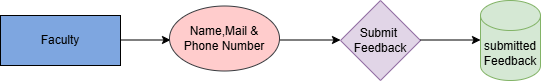
Earlier version of the draw.io export faculty.png (miniprojectb5/batch5). Source tidied: cells renumbered, new cells last; positions are measured from the earlier drawing's top-left corner, leaving out a move shared by most shapes. The source it was exported from:
```xml
<mxGraphModel>
  <root>
    <mxCell id="0" />
    <mxCell id="1" parent="0" />
    <mxCell id="2" value="Faculty" style="rounded=0;whiteSpace=wrap;html=1;fillColor=#7EA6E0;" parent="1" vertex="1">
      <mxGeometry y="15" width="120" height="50" as="geometry" />
    </mxCell>
    <mxCell id="3" style="endArrow=classic;html=1;rounded=0;" parent="1" edge="1">
      <mxGeometry relative="1" as="geometry">
        <mxPoint x="120" y="39.5" as="sourcePoint" />
        <mxPoint x="170" y="39.5" as="targetPoint" />
      </mxGeometry>
    </mxCell>
    <mxCell id="4" value="Name,Mail &amp;amp;&lt;div&gt;Phone Number&lt;/div&gt;" style="ellipse;whiteSpace=wrap;html=1;fillColor=#ffcccc;strokeColor=#36393d;" parent="1" vertex="1">
      <mxGeometry x="169" y="5.5" width="110" height="65" as="geometry" />
    </mxCell>
    <mxCell id="5" style="endArrow=classic;html=1;rounded=0;" parent="1" edge="1">
      <mxGeometry relative="1" as="geometry">
        <mxPoint x="280" y="39.5" as="sourcePoint" />
        <mxPoint x="340" y="39.5" as="targetPoint" />
      </mxGeometry>
    </mxCell>
    <mxCell id="6" value="Submit&amp;nbsp;&lt;div&gt;Feedback&lt;/div&gt;" style="rhombus;whiteSpace=wrap;html=1;fillColor=#e1d5e7;strokeColor=#9673a6;" parent="1" vertex="1">
      <mxGeometry x="340" width="80" height="80" as="geometry" />
    </mxCell>
    <mxCell id="7" style="endArrow=classic;html=1;rounded=0;" parent="1" edge="1">
      <mxGeometry relative="1" as="geometry">
        <mxPoint x="420" y="39.5" as="sourcePoint" />
        <mxPoint x="480" y="39.5" as="targetPoint" />
      </mxGeometry>
    </mxCell>
    <mxCell id="8" value="submitted&lt;div&gt;Feedback&lt;/div&gt;" style="shape=cylinder3;whiteSpace=wrap;html=1;boundedLbl=1;backgroundOutline=1;size=15;fillColor=#d5e8d4;strokeColor=#82b366;" parent="1" vertex="1">
      <mxGeometry x="480" width="60" height="80" as="geometry" />
    </mxCell>
  </root>
</mxGraphModel>
```
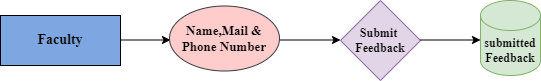
Later version of the same file.

The edit, as a diff of the source:
```diff
@@ -2,7 +2,7 @@
   <root>
     <mxCell id="0" />
     <mxCell id="1" parent="0" />
-    <mxCell id="2" value="Faculty" style="rounded=0;whiteSpace=wrap;html=1;fillColor=#7EA6E0;" parent="1" vertex="1">
+    <mxCell id="2" value="&lt;b&gt;&lt;font style=&quot;font-size: 14px;&quot; face=&quot;Times New Roman&quot;&gt;Faculty&lt;/font&gt;&lt;/b&gt;" style="rounded=0;whiteSpace=wrap;html=1;fillColor=#7EA6E0;" parent="1" vertex="1">
       <mxGeometry y="15" width="120" height="50" as="geometry" />
     </mxCell>
     <mxCell id="3" style="endArrow=classic;html=1;rounded=0;" parent="1" edge="1">
@@ -11,7 +11,7 @@
         <mxPoint x="170" y="39.5" as="targetPoint" />
       </mxGeometry>
     </mxCell>
-    <mxCell id="4" value="Name,Mail &amp;amp;&lt;div&gt;Phone Number&lt;/div&gt;" style="ellipse;whiteSpace=wrap;html=1;fillColor=#ffcccc;strokeColor=#36393d;" parent="1" vertex="1">
+    <mxCell id="4" value="&lt;b style=&quot;font-size: 13px;&quot;&gt;&lt;font style=&quot;font-size: 13px;&quot; face=&quot;Times New Roman&quot;&gt;Name,Mail &amp;amp;&lt;/font&gt;&lt;/b&gt;&lt;div style=&quot;font-size: 13px;&quot;&gt;&lt;b&gt;&lt;font style=&quot;font-size: 13px;&quot; face=&quot;atqsrUMqH3mCuwj47rv4&quot;&gt;Phone Number&lt;/font&gt;&lt;/b&gt;&lt;/div&gt;" style="ellipse;whiteSpace=wrap;html=1;fillColor=#ffcccc;strokeColor=#36393d;" parent="1" vertex="1">
       <mxGeometry x="169" y="5.5" width="110" height="65" as="geometry" />
     </mxCell>
     <mxCell id="5" style="endArrow=classic;html=1;rounded=0;" parent="1" edge="1">
@@ -20,7 +20,7 @@
         <mxPoint x="340" y="39.5" as="targetPoint" />
       </mxGeometry>
     </mxCell>
-    <mxCell id="6" value="Submit&amp;nbsp;&lt;div&gt;Feedback&lt;/div&gt;" style="rhombus;whiteSpace=wrap;html=1;fillColor=#e1d5e7;strokeColor=#9673a6;" parent="1" vertex="1">
+    <mxCell id="6" value="&lt;b&gt;&lt;font face=&quot;Times New Roman&quot;&gt;Submit&amp;nbsp;&lt;/font&gt;&lt;/b&gt;&lt;div&gt;&lt;b&gt;&lt;font face=&quot;EYe_5D1vYK8FjTPHbajJ&quot;&gt;Feedback&lt;/font&gt;&lt;/b&gt;&lt;/div&gt;" style="rhombus;whiteSpace=wrap;html=1;fillColor=#e1d5e7;strokeColor=#9673a6;" parent="1" vertex="1">
       <mxGeometry x="340" width="80" height="80" as="geometry" />
     </mxCell>
     <mxCell id="7" style="endArrow=classic;html=1;rounded=0;" parent="1" edge="1">
@@ -29,8 +29,8 @@
         <mxPoint x="480" y="39.5" as="targetPoint" />
       </mxGeometry>
     </mxCell>
-    <mxCell id="8" value="submitted&lt;div&gt;Feedback&lt;/div&gt;" style="shape=cylinder3;whiteSpace=wrap;html=1;boundedLbl=1;backgroundOutline=1;size=15;fillColor=#d5e8d4;strokeColor=#82b366;" parent="1" vertex="1">
-      <mxGeometry x="480" width="60" height="80" as="geometry" />
+    <mxCell id="8" value="&lt;b&gt;&lt;font face=&quot;Times New Roman&quot;&gt;submitted&lt;/font&gt;&lt;/b&gt;&lt;div&gt;&lt;b&gt;&lt;font face=&quot;QO-Es7rGau42yxQuCHfL&quot;&gt;Feedback&lt;/font&gt;&lt;/b&gt;&lt;/div&gt;" style="shape=cylinder3;whiteSpace=wrap;html=1;boundedLbl=1;backgroundOutline=1;size=15;fillColor=#d5e8d4;strokeColor=#82b366;" parent="1" vertex="1">
+      <mxGeometry x="480" width="60" height="75" as="geometry" />
     </mxCell>
   </root>
 </mxGraphModel>
```
